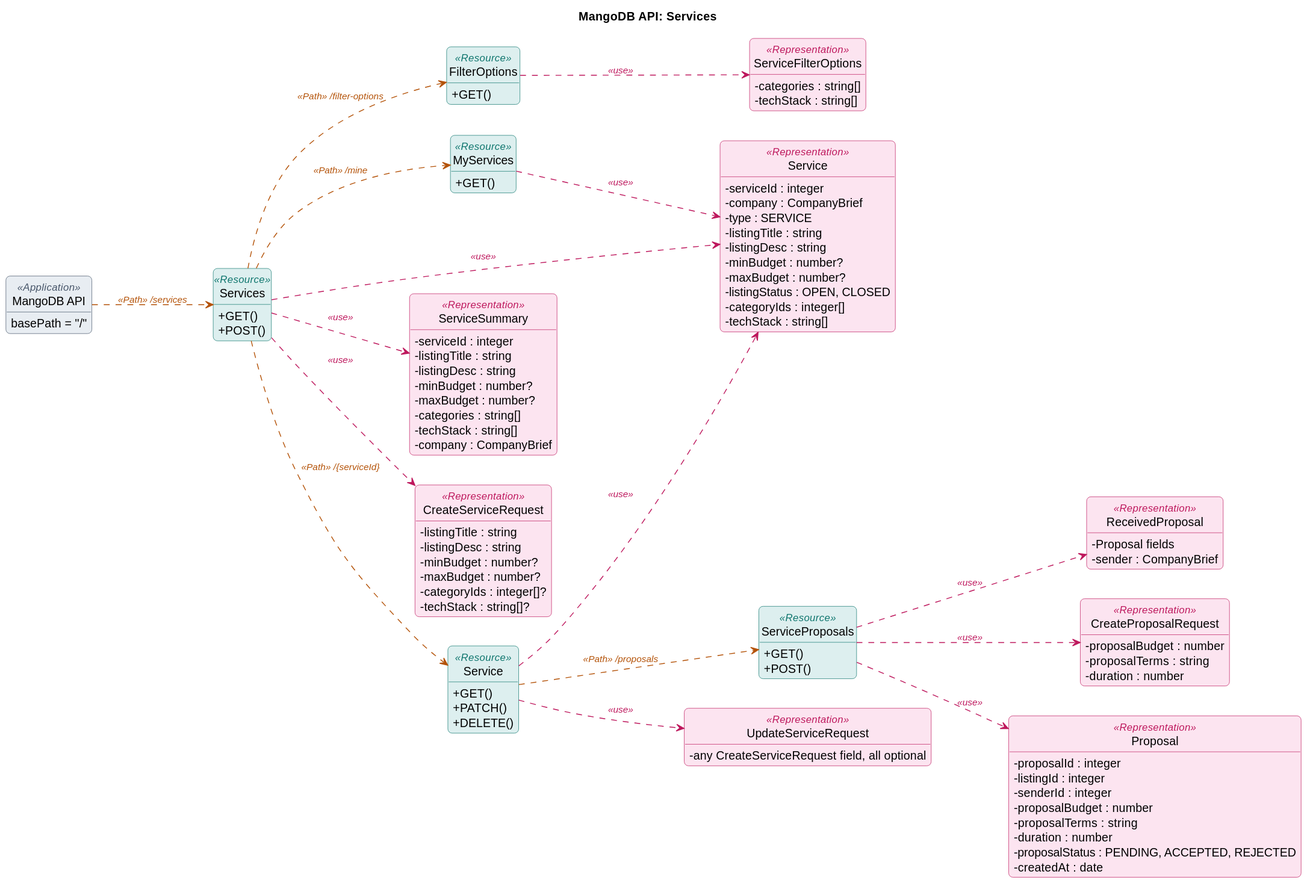
Before: docs/api/uml/services.svg, a diagram exported from PlantUML (taofuuu/MangoDB).
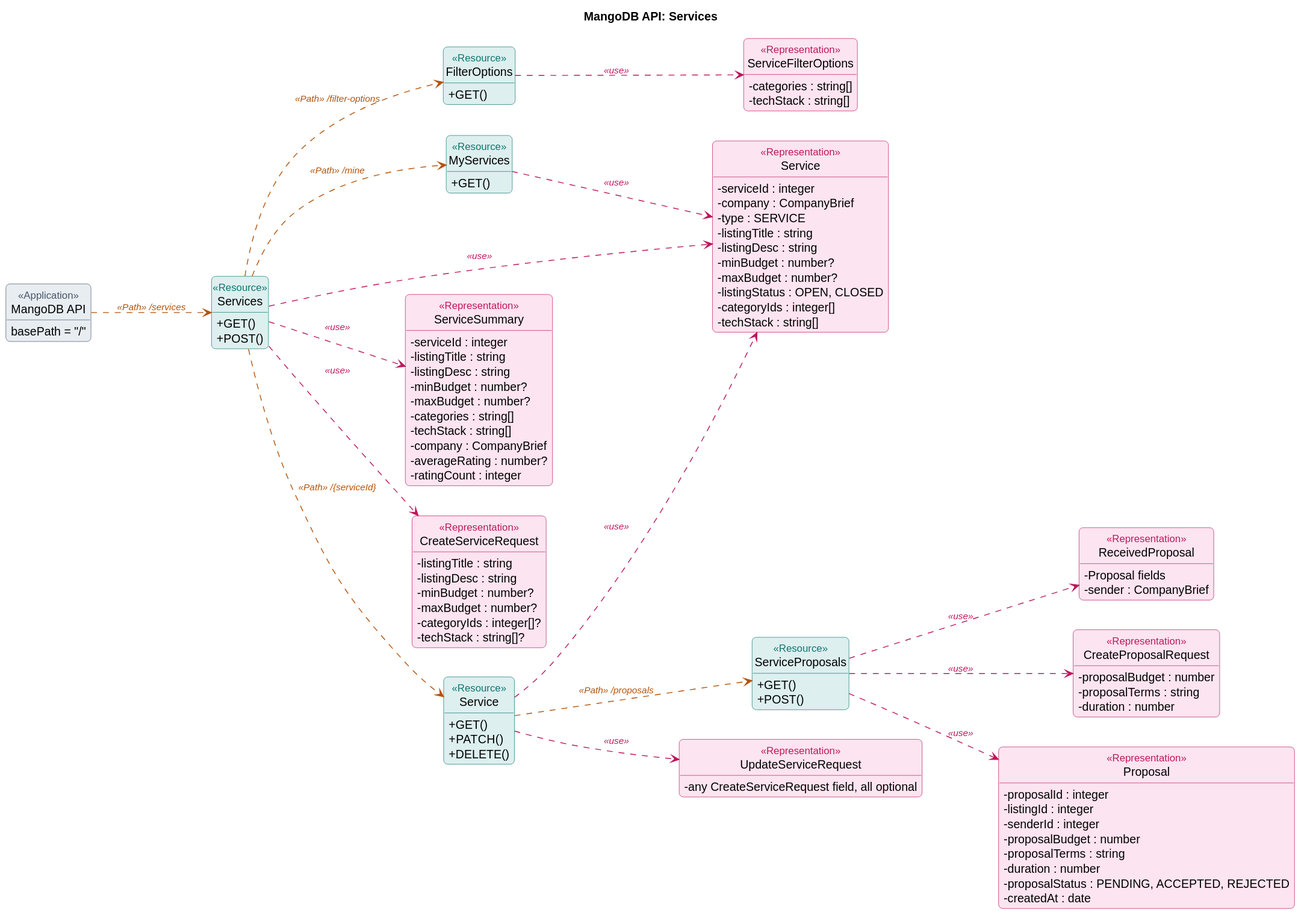
Later version of the same file.

Commit message:
docs(api): add averageRating and ratingCount to ServiceSummary

ServiceSummary extends ReviewSummary, so the search results carry both.

The edit, as a diff of the source:
```diff
@@ -52,6 +52,8 @@
   -categories : string[]
   -techStack : string[]
   -company : CompanyBrief
+  -averageRating : number?
+  -ratingCount : integer
 }
 class "CreateServiceRequest" as CreateServiceRequestRep <<Representation>> {
   -listingTitle : string
```
